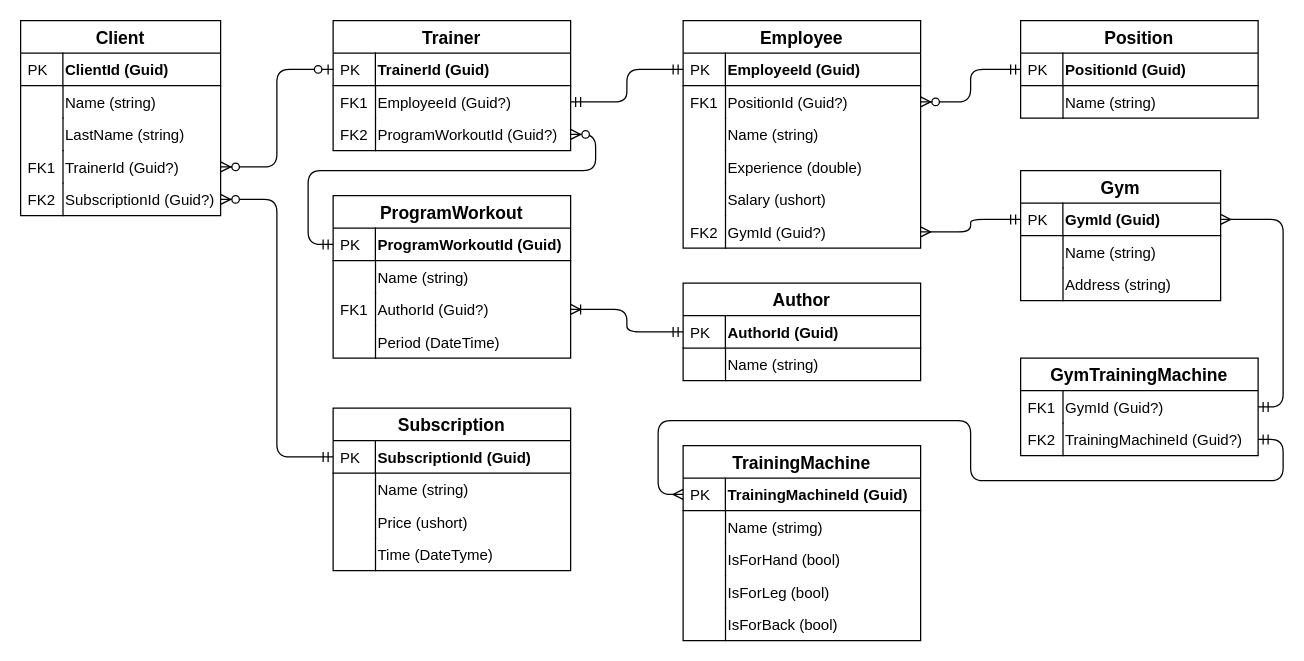
Above: DbDiagram.drawio in Mektus32/Fitnes_DataBase (draw.io), before the change. Source tidied: cells renumbered, new cells numbered last; positions are measured from the earlier drawing's top-left corner, leaving out a move shared by most shapes. Both pictures are drawn from the tidied source at 125%, with x=0, y=0 at pixel (20, 20).
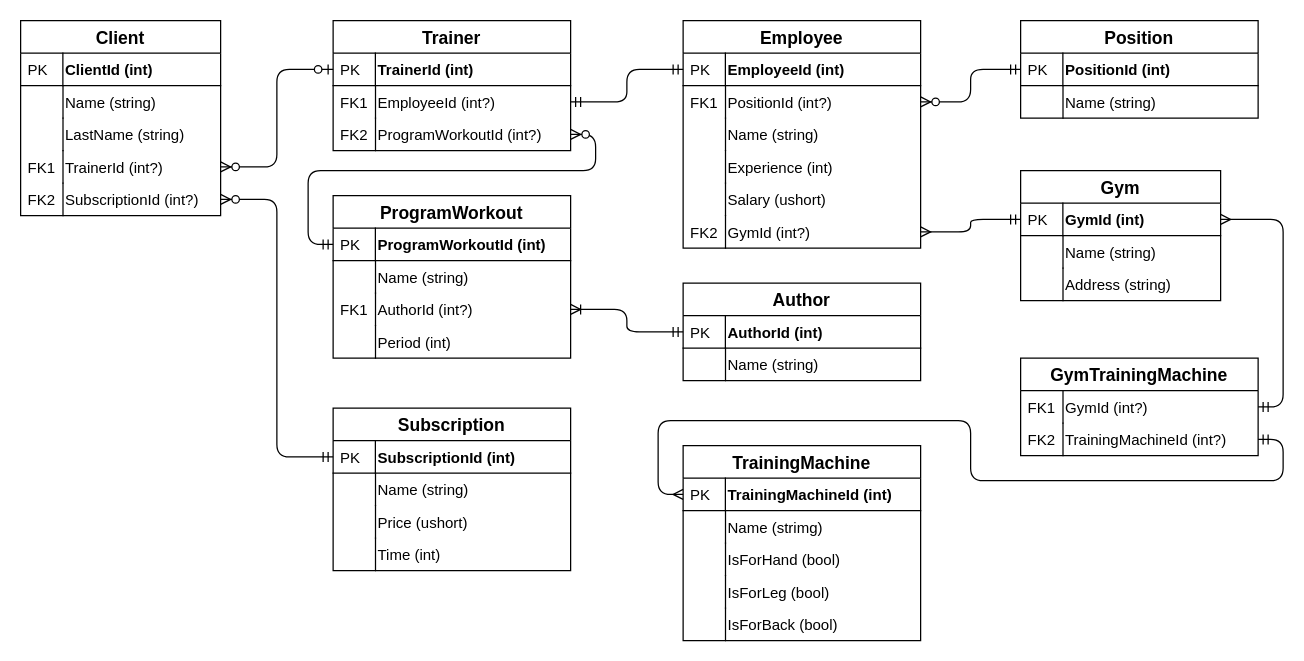
The same page after the edit.

The change refers to these unchanged cells:
```xml
<mxCell id="2" value="Client" style="swimlane;fontStyle=1;horizontal=1;startSize=26;align=center;fontSize=14;" parent="1" vertex="1">
  <mxGeometry width="160" height="156" as="geometry" />
</mxCell>
<mxCell id="13" value="Trainer" style="swimlane;fontStyle=1;horizontal=1;startSize=26;align=center;fontSize=14;" parent="1" vertex="1">
  <mxGeometry x="250" width="190" height="104" as="geometry" />
</mxCell>
<mxCell id="21" value="Employee" style="swimlane;fontStyle=1;horizontal=1;startSize=26;align=center;fontSize=14;" parent="1" vertex="1">
  <mxGeometry x="530" width="190" height="182" as="geometry" />
</mxCell>
<mxCell id="35" value="Position" style="swimlane;fontStyle=1;horizontal=1;startSize=26;align=center;fontSize=14;" parent="1" vertex="1">
  <mxGeometry x="800" width="190" height="78" as="geometry" />
</mxCell>
<mxCell id="42" value="ProgramWorkout" style="swimlane;fontStyle=1;horizontal=1;startSize=26;align=center;fontSize=14;" parent="1" vertex="1">
  <mxGeometry x="250" y="140" width="190" height="130" as="geometry" />
</mxCell>
<mxCell id="52" value="Subscription" style="swimlane;fontStyle=1;horizontal=1;startSize=26;align=center;fontSize=14;" parent="1" vertex="1">
  <mxGeometry x="250" y="310" width="190" height="130" as="geometry" />
</mxCell>
<mxCell id="61" value="Gym" style="swimlane;fontStyle=1;horizontal=1;startSize=26;align=center;fontSize=14;" parent="1" vertex="1">
  <mxGeometry x="800" y="120" width="160" height="104" as="geometry" />
</mxCell>
<mxCell id="70" value="GymTrainingMachine" style="swimlane;fontStyle=1;horizontal=1;startSize=26;align=center;fontSize=14;" parent="1" vertex="1">
  <mxGeometry x="800" y="270" width="190" height="78" as="geometry" />
</mxCell>
<mxCell id="76" value="Author" style="swimlane;fontStyle=1;horizontal=1;startSize=26;align=center;fontSize=14;" parent="1" vertex="1">
  <mxGeometry x="530" y="210" width="190" height="78" as="geometry" />
</mxCell>
<mxCell id="81" value="TrainingMachine" style="swimlane;fontStyle=1;horizontal=1;startSize=26;align=center;fontSize=14;" parent="1" vertex="1">
  <mxGeometry x="530" y="340" width="190" height="156" as="geometry" />
</mxCell>
```

What changed in the source:
```diff
@@
-    <mxCell id="3" value="ClientId (Guid)" style="shape=partialRectangle;top=0;left=0;right=0;bottom=1;align=left;verticalAlign=top;fillColor=none;spacingLeft=34;spacingRight=4;overflow=hidden;fontSize=12;fontStyle=1;" parent="2" vertex="1">
+    <mxCell id="3" value="ClientId (int)" style="shape=partialRectangle;top=0;left=0;right=0;bottom=1;align=left;verticalAlign=top;fillColor=none;spacingLeft=34;spacingRight=4;overflow=hidden;fontSize=12;fontStyle=1;" parent="2" vertex="1">
       <mxGeometry y="26" width="160" height="26" as="geometry" />
     </mxCell>
@@
-    <mxCell id="9" value="TrainerId (Guid?)" style="shape=partialRectangle;top=0;left=0;right=0;bottom=0;align=left;verticalAlign=top;fillColor=none;spacingLeft=34;spacingRight=4;overflow=hidden;points=[[0,0.5],[1,0.5]];portConstraint=eastwest;fontSize=12;" parent="2" vertex="1">
+    <mxCell id="9" value="TrainerId (int?)" style="shape=partialRectangle;top=0;left=0;right=0;bottom=0;align=left;verticalAlign=top;fillColor=none;spacingLeft=34;spacingRight=4;overflow=hidden;points=[[0,0.5],[1,0.5]];portConstraint=eastwest;fontSize=12;" parent="2" vertex="1">
       <mxGeometry y="104" width="160" height="26" as="geometry" />
     </mxCell>
@@
-    <mxCell id="11" value="SubscriptionId (Guid?)" style="shape=partialRectangle;top=0;left=0;right=0;bottom=0;align=left;verticalAlign=top;fillColor=none;spacingLeft=34;spacingRight=4;overflow=hidden;points=[[0,0.5],[1,0.5]];portConstraint=eastwest;fontSize=12;" parent="2" vertex="1">
+    <mxCell id="11" value="SubscriptionId (int?)" style="shape=partialRectangle;top=0;left=0;right=0;bottom=0;align=left;verticalAlign=top;fillColor=none;spacingLeft=34;spacingRight=4;overflow=hidden;points=[[0,0.5],[1,0.5]];portConstraint=eastwest;fontSize=12;" parent="2" vertex="1">
       <mxGeometry y="130" width="160" height="26" as="geometry" />
     </mxCell>
@@
-    <mxCell id="14" value="TrainerId (Guid)" style="shape=partialRectangle;top=0;left=0;right=0;bottom=1;align=left;verticalAlign=top;fillColor=none;spacingLeft=34;spacingRight=4;overflow=hidden;points=[[0,0.5],[1,0.5]];portConstraint=eastwest;fontSize=12;fontStyle=1;" parent="13" vertex="1">
+    <mxCell id="14" value="TrainerId (int)" style="shape=partialRectangle;top=0;left=0;right=0;bottom=1;align=left;verticalAlign=top;fillColor=none;spacingLeft=34;spacingRight=4;overflow=hidden;points=[[0,0.5],[1,0.5]];portConstraint=eastwest;fontSize=12;fontStyle=1;" parent="13" vertex="1">
       <mxGeometry y="26" width="190" height="26" as="geometry" />
     </mxCell>
@@
-    <mxCell id="16" value="EmployeeId (Guid?)" style="shape=partialRectangle;top=0;left=0;right=0;bottom=0;align=left;verticalAlign=top;fillColor=none;spacingLeft=34;spacingRight=4;overflow=hidden;points=[[0,0.5],[1,0.5]];portConstraint=eastwest;fontSize=12;" parent="13" vertex="1">
+    <mxCell id="16" value="EmployeeId (int?)" style="shape=partialRectangle;top=0;left=0;right=0;bottom=0;align=left;verticalAlign=top;fillColor=none;spacingLeft=34;spacingRight=4;overflow=hidden;points=[[0,0.5],[1,0.5]];portConstraint=eastwest;fontSize=12;" parent="13" vertex="1">
       <mxGeometry y="52" width="190" height="26" as="geometry" />
     </mxCell>
@@
-    <mxCell id="18" value="ProgramWorkoutId (Guid?)" style="shape=partialRectangle;top=0;left=0;right=0;bottom=0;align=left;verticalAlign=top;fillColor=none;spacingLeft=34;spacingRight=4;overflow=hidden;points=[[0,0.5],[1,0.5]];portConstraint=eastwest;fontSize=12;" parent="13" vertex="1">
+    <mxCell id="18" value="ProgramWorkoutId (int?)" style="shape=partialRectangle;top=0;left=0;right=0;bottom=0;align=left;verticalAlign=top;fillColor=none;spacingLeft=34;spacingRight=4;overflow=hidden;points=[[0,0.5],[1,0.5]];portConstraint=eastwest;fontSize=12;" parent="13" vertex="1">
       <mxGeometry y="78" width="190" height="26" as="geometry" />
     </mxCell>
@@
-    <mxCell id="22" value="EmployeeId (Guid)" style="shape=partialRectangle;top=0;left=0;right=0;bottom=1;align=left;verticalAlign=top;fillColor=none;spacingLeft=34;spacingRight=4;overflow=hidden;points=[[0,0.5],[1,0.5]];portConstraint=eastwest;fontSize=12;fontStyle=1;" parent="21" vertex="1">
+    <mxCell id="22" value="EmployeeId (int)" style="shape=partialRectangle;top=0;left=0;right=0;bottom=1;align=left;verticalAlign=top;fillColor=none;spacingLeft=34;spacingRight=4;overflow=hidden;points=[[0,0.5],[1,0.5]];portConstraint=eastwest;fontSize=12;fontStyle=1;" parent="21" vertex="1">
       <mxGeometry y="26" width="190" height="26" as="geometry" />
     </mxCell>
@@
-    <mxCell id="24" value="PositionId (Guid?)" style="shape=partialRectangle;top=0;left=0;right=0;bottom=0;align=left;verticalAlign=top;fillColor=none;spacingLeft=34;spacingRight=4;overflow=hidden;points=[[0,0.5],[1,0.5]];portConstraint=eastwest;fontSize=12;" parent="21" vertex="1">
+    <mxCell id="24" value="PositionId (int?)" style="shape=partialRectangle;top=0;left=0;right=0;bottom=0;align=left;verticalAlign=top;fillColor=none;spacingLeft=34;spacingRight=4;overflow=hidden;points=[[0,0.5],[1,0.5]];portConstraint=eastwest;fontSize=12;" parent="21" vertex="1">
       <mxGeometry y="52" width="190" height="26" as="geometry" />
     </mxCell>
@@
-    <mxCell id="28" value="Experience (double)" style="shape=partialRectangle;top=0;left=0;right=0;bottom=0;align=left;verticalAlign=top;fillColor=none;spacingLeft=34;spacingRight=4;overflow=hidden;fontSize=12;" parent="21" vertex="1">
+    <mxCell id="28" value="Experience (int)" style="shape=partialRectangle;top=0;left=0;right=0;bottom=0;align=left;verticalAlign=top;fillColor=none;spacingLeft=34;spacingRight=4;overflow=hidden;fontSize=12;" parent="21" vertex="1">
       <mxGeometry y="104" width="190" height="26" as="geometry" />
     </mxCell>
@@
-    <mxCell id="32" value="GymId (Guid?)" style="shape=partialRectangle;top=0;left=0;right=0;bottom=0;align=left;verticalAlign=top;fillColor=none;spacingLeft=34;spacingRight=4;overflow=hidden;points=[[0,0.5],[1,0.5]];portConstraint=eastwest;fontSize=12;" parent="21" vertex="1">
+    <mxCell id="32" value="GymId (int?)" style="shape=partialRectangle;top=0;left=0;right=0;bottom=0;align=left;verticalAlign=top;fillColor=none;spacingLeft=34;spacingRight=4;overflow=hidden;points=[[0,0.5],[1,0.5]];portConstraint=eastwest;fontSize=12;" parent="21" vertex="1">
       <mxGeometry y="156" width="190" height="26" as="geometry" />
     </mxCell>
@@
-    <mxCell id="36" value="PositionId (Guid)" style="shape=partialRectangle;top=0;left=0;right=0;bottom=1;align=left;verticalAlign=top;fillColor=none;spacingLeft=34;spacingRight=4;overflow=hidden;points=[[0,0.5],[1,0.5]];portConstraint=eastwest;fontSize=12;fontStyle=1;" parent="35" vertex="1">
+    <mxCell id="36" value="PositionId (int)" style="shape=partialRectangle;top=0;left=0;right=0;bottom=1;align=left;verticalAlign=top;fillColor=none;spacingLeft=34;spacingRight=4;overflow=hidden;points=[[0,0.5],[1,0.5]];portConstraint=eastwest;fontSize=12;fontStyle=1;" parent="35" vertex="1">
       <mxGeometry y="26" width="190" height="26" as="geometry" />
     </mxCell>
@@
-    <mxCell id="43" value="ProgramWorkoutId (Guid)" style="shape=partialRectangle;top=0;left=0;right=0;bottom=1;align=left;verticalAlign=top;fillColor=none;spacingLeft=34;spacingRight=4;overflow=hidden;points=[[0,0.5],[1,0.5]];portConstraint=eastwest;fontSize=12;fontStyle=1;" parent="42" vertex="1">
+    <mxCell id="43" value="ProgramWorkoutId (int)" style="shape=partialRectangle;top=0;left=0;right=0;bottom=1;align=left;verticalAlign=top;fillColor=none;spacingLeft=34;spacingRight=4;overflow=hidden;points=[[0,0.5],[1,0.5]];portConstraint=eastwest;fontSize=12;fontStyle=1;" parent="42" vertex="1">
       <mxGeometry y="26" width="190" height="26" as="geometry" />
     </mxCell>
@@
-    <mxCell id="47" value="AuthorId (Guid?)" style="shape=partialRectangle;top=0;left=0;right=0;bottom=0;align=left;verticalAlign=top;fillColor=none;spacingLeft=34;spacingRight=4;overflow=hidden;points=[[0,0.5],[1,0.5]];portConstraint=eastwest;fontSize=12;" parent="42" vertex="1">
+    <mxCell id="47" value="AuthorId (int?)" style="shape=partialRectangle;top=0;left=0;right=0;bottom=0;align=left;verticalAlign=top;fillColor=none;spacingLeft=34;spacingRight=4;overflow=hidden;points=[[0,0.5],[1,0.5]];portConstraint=eastwest;fontSize=12;" parent="42" vertex="1">
       <mxGeometry y="78" width="190" height="26" as="geometry" />
     </mxCell>
@@
-    <mxCell id="49" value="Period (DateTime)" style="shape=partialRectangle;top=0;left=0;right=0;bottom=0;align=left;verticalAlign=top;fillColor=none;spacingLeft=34;spacingRight=4;overflow=hidden;fontSize=12;" parent="42" vertex="1">
+    <mxCell id="49" value="Period (int)" style="shape=partialRectangle;top=0;left=0;right=0;bottom=0;align=left;verticalAlign=top;fillColor=none;spacingLeft=34;spacingRight=4;overflow=hidden;fontSize=12;" parent="42" vertex="1">
       <mxGeometry y="104" width="190" height="26" as="geometry" />
     </mxCell>
@@
-    <mxCell id="53" value="SubscriptionId (Guid)" style="shape=partialRectangle;top=0;left=0;right=0;bottom=1;align=left;verticalAlign=top;fillColor=none;spacingLeft=34;spacingRight=4;overflow=hidden;points=[[0,0.5],[1,0.5]];portConstraint=eastwest;fontSize=12;fontStyle=1;" parent="52" vertex="1">
+    <mxCell id="53" value="SubscriptionId (int)" style="shape=partialRectangle;top=0;left=0;right=0;bottom=1;align=left;verticalAlign=top;fillColor=none;spacingLeft=34;spacingRight=4;overflow=hidden;points=[[0,0.5],[1,0.5]];portConstraint=eastwest;fontSize=12;fontStyle=1;" parent="52" vertex="1">
       <mxGeometry y="26" width="190" height="26" as="geometry" />
     </mxCell>
@@
-    <mxCell id="59" value="Time (DateTyme)" style="shape=partialRectangle;top=0;left=0;right=0;bottom=0;align=left;verticalAlign=top;fillColor=none;spacingLeft=34;spacingRight=4;overflow=hidden;fontSize=12;" parent="52" vertex="1">
+    <mxCell id="59" value="Time (int)" style="shape=partialRectangle;top=0;left=0;right=0;bottom=0;align=left;verticalAlign=top;fillColor=none;spacingLeft=34;spacingRight=4;overflow=hidden;fontSize=12;" parent="52" vertex="1">
       <mxGeometry y="104" width="190" height="26" as="geometry" />
     </mxCell>
@@
-    <mxCell id="62" value="GymId (Guid)" style="shape=partialRectangle;top=0;left=0;right=0;bottom=1;align=left;verticalAlign=top;fillColor=none;spacingLeft=34;spacingRight=4;overflow=hidden;points=[[0,0.5],[1,0.5]];portConstraint=eastwest;fontSize=12;fontStyle=1;" parent="61" vertex="1">
+    <mxCell id="62" value="GymId (int)" style="shape=partialRectangle;top=0;left=0;right=0;bottom=1;align=left;verticalAlign=top;fillColor=none;spacingLeft=34;spacingRight=4;overflow=hidden;points=[[0,0.5],[1,0.5]];portConstraint=eastwest;fontSize=12;fontStyle=1;" parent="61" vertex="1">
       <mxGeometry y="26" width="160" height="26" as="geometry" />
     </mxCell>
@@
-    <mxCell id="71" value="GymId (Guid?)" style="shape=partialRectangle;top=0;left=0;right=0;bottom=0;align=left;verticalAlign=top;fillColor=none;spacingLeft=34;spacingRight=4;overflow=hidden;points=[[0,0.5],[1,0.5]];portConstraint=eastwest;fontSize=12;" parent="70" vertex="1">
+    <mxCell id="71" value="GymId (int?)" style="shape=partialRectangle;top=0;left=0;right=0;bottom=0;align=left;verticalAlign=top;fillColor=none;spacingLeft=34;spacingRight=4;overflow=hidden;points=[[0,0.5],[1,0.5]];portConstraint=eastwest;fontSize=12;" parent="70" vertex="1">
       <mxGeometry y="26" width="190" height="26" as="geometry" />
     </mxCell>
@@
-    <mxCell id="73" value="TrainingMachineId (Guid?)" style="shape=partialRectangle;top=0;left=0;right=0;bottom=0;align=left;verticalAlign=top;fillColor=none;spacingLeft=34;spacingRight=4;overflow=hidden;points=[[0,0.5],[1,0.5]];portConstraint=eastwest;fontSize=12;" parent="70" vertex="1">
+    <mxCell id="73" value="TrainingMachineId (int?)" style="shape=partialRectangle;top=0;left=0;right=0;bottom=0;align=left;verticalAlign=top;fillColor=none;spacingLeft=34;spacingRight=4;overflow=hidden;points=[[0,0.5],[1,0.5]];portConstraint=eastwest;fontSize=12;" parent="70" vertex="1">
       <mxGeometry y="52" width="190" height="26" as="geometry" />
     </mxCell>
@@
-    <mxCell id="77" value="AuthorId (Guid)" style="shape=partialRectangle;top=0;left=0;right=0;bottom=1;align=left;verticalAlign=top;fillColor=none;spacingLeft=34;spacingRight=4;overflow=hidden;points=[[0,0.5],[1,0.5]];portConstraint=eastwest;fontSize=12;fontStyle=1;" parent="76" vertex="1">
+    <mxCell id="77" value="AuthorId (int)" style="shape=partialRectangle;top=0;left=0;right=0;bottom=1;align=left;verticalAlign=top;fillColor=none;spacingLeft=34;spacingRight=4;overflow=hidden;points=[[0,0.5],[1,0.5]];portConstraint=eastwest;fontSize=12;fontStyle=1;" parent="76" vertex="1">
       <mxGeometry y="26" width="190" height="26" as="geometry" />
     </mxCell>
@@
-    <mxCell id="82" value="TrainingMachineId (Guid)" style="shape=partialRectangle;top=0;left=0;right=0;bottom=1;align=left;verticalAlign=top;fillColor=none;spacingLeft=34;spacingRight=4;overflow=hidden;points=[[0,0.5],[1,0.5]];portConstraint=eastwest;fontSize=12;fontStyle=1;" parent="81" vertex="1">
+    <mxCell id="82" value="TrainingMachineId (int)" style="shape=partialRectangle;top=0;left=0;right=0;bottom=1;align=left;verticalAlign=top;fillColor=none;spacingLeft=34;spacingRight=4;overflow=hidden;points=[[0,0.5],[1,0.5]];portConstraint=eastwest;fontSize=12;fontStyle=1;" parent="81" vertex="1">
       <mxGeometry y="26" width="190" height="26" as="geometry" />
     </mxCell>
```
